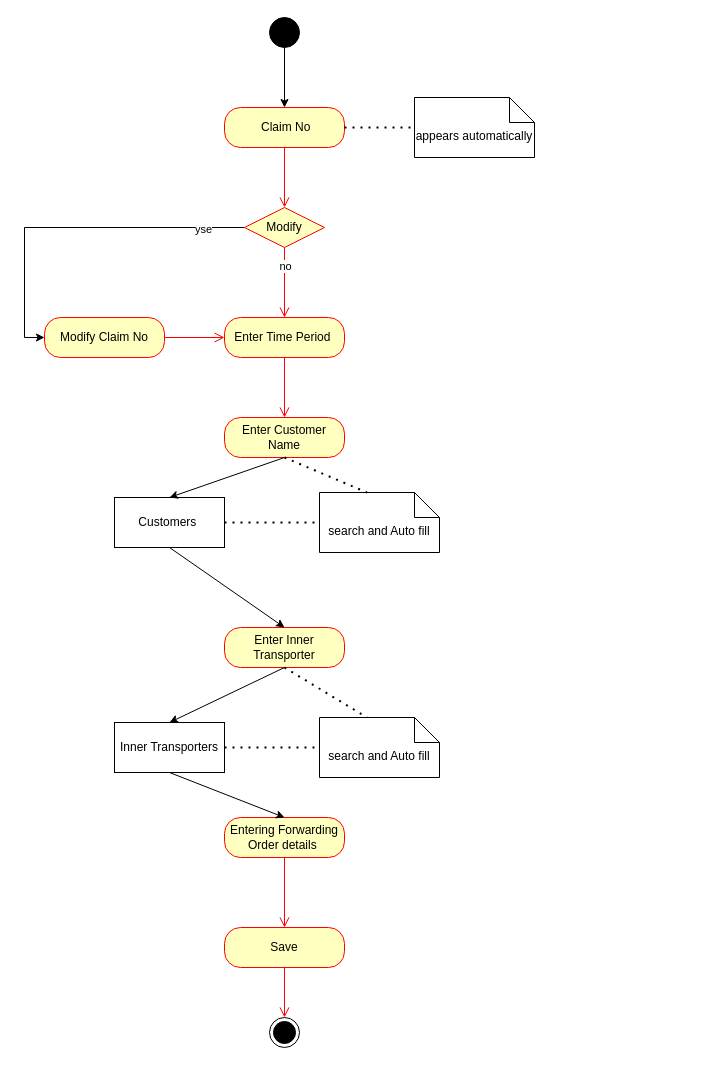
Earlier version of the draw.io diagram Activity Diagram.drawio (amrawni33/Transfer). Source tidied: cells renumbered, new cells numbered last; positions are measured from the earlier drawing's top-left corner, leaving out a move shared by most shapes. Both pictures are drawn from the tidied source at 100%, with x=0, y=0 at pixel (44, 17).
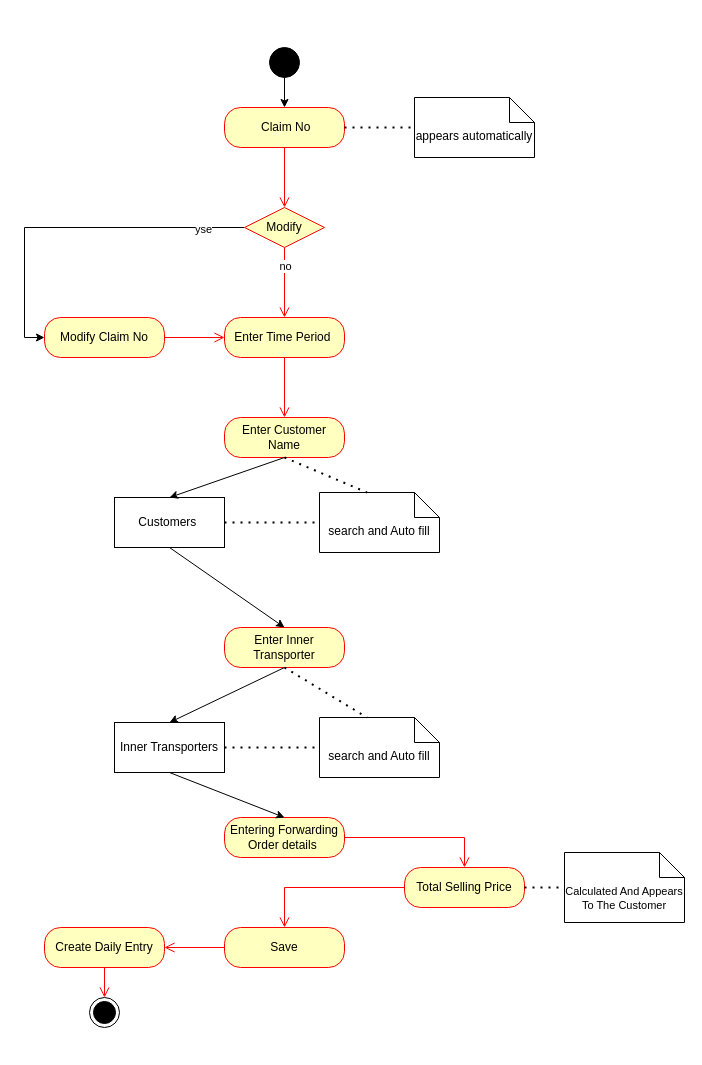
The same page after the edit.

The change refers to these unchanged cells:
```xml
<mxCell id="30" value="Entering&amp;nbsp;Forwarding Order details&amp;nbsp;" style="rounded=1;whiteSpace=wrap;html=1;arcSize=40;fontColor=#000000;fillColor=#ffffc0;strokeColor=#ff0000;" parent="1" vertex="1">
  <mxGeometry x="180" y="800" width="120" height="40" as="geometry" />
</mxCell>
<mxCell id="33" value="Save" style="rounded=1;whiteSpace=wrap;html=1;arcSize=40;fontColor=#000000;fillColor=#ffffc0;strokeColor=#ff0000;" parent="1" vertex="1">
  <mxGeometry x="180" y="910" width="120" height="40" as="geometry" />
</mxCell>
```

Diff of the diagram source:
```diff
@@
     <mxCell id="3" style="ellipse;fillColor=strokeColor;html=1;" parent="1" vertex="1">
-      <mxGeometry x="225" width="30" height="30" as="geometry" />
+      <mxGeometry x="225" y="30" width="30" height="30" as="geometry" />
     </mxCell>
@@
-    <mxCell id="31" style="edgeStyle=orthogonalEdgeStyle;html=1;verticalAlign=bottom;endArrow=open;endSize=8;strokeColor=#ff0000;rounded=0;entryX=0.5;entryY=0;entryDx=0;entryDy=0;" parent="1" edge="1" source="30" target="33">
+    <mxCell id="31" style="edgeStyle=orthogonalEdgeStyle;html=1;verticalAlign=bottom;endArrow=open;endSize=8;strokeColor=#ff0000;rounded=0;entryX=0.5;entryY=0;entryDx=0;entryDy=0;" parent="1" edge="1" source="30" target="36">
       <mxGeometry relative="1" as="geometry" />
     </mxCell>
@@
-    <mxCell id="34" style="edgeStyle=orthogonalEdgeStyle;html=1;verticalAlign=bottom;endArrow=open;endSize=8;strokeColor=#ff0000;rounded=0;" parent="1" edge="1" source="33" target="35">
+    <mxCell id="34" style="edgeStyle=orthogonalEdgeStyle;html=1;verticalAlign=bottom;endArrow=open;endSize=8;strokeColor=#ff0000;rounded=0;entryX=1;entryY=0.5;entryDx=0;entryDy=0;" parent="1" edge="1" source="33" target="40">
       <mxGeometry relative="1" as="geometry" />
     </mxCell>
     <mxCell id="35" style="ellipse;html=1;shape=endState;fillColor=strokeColor;" parent="1" vertex="1">
-      <mxGeometry x="225" y="1000" width="30" height="30" as="geometry" />
+      <mxGeometry x="45" y="980" width="30" height="30" as="geometry" />
     </mxCell>
+    <mxCell id="36" value="Total Selling Price" style="rounded=1;whiteSpace=wrap;html=1;arcSize=40;fontColor=#000000;fillColor=#ffffc0;strokeColor=#ff0000;" parent="1" vertex="1">
+      <mxGeometry x="360" y="850" width="120" height="40" as="geometry" />
+    </mxCell>
+    <mxCell id="37" style="edgeStyle=orthogonalEdgeStyle;html=1;verticalAlign=bottom;endArrow=open;endSize=8;strokeColor=#ff0000;rounded=0;" parent="1" edge="1" source="36" target="33">
+      <mxGeometry relative="1" as="geometry" />
+    </mxCell>
+    <mxCell id="38" value="&lt;font style=&quot;font-size: 11px;&quot;&gt;Calculated And Appears To The Customer&lt;/font&gt;" style="shape=note2;boundedLbl=1;whiteSpace=wrap;html=1;size=25;verticalAlign=top;align=center;" parent="1" vertex="1">
+      <mxGeometry x="520" y="835" width="120" height="70" as="geometry" />
+    </mxCell>
+    <mxCell id="39" style="endArrow=none;dashed=1;html=1;dashPattern=1 3;strokeWidth=2;rounded=0;entryX=0;entryY=0.5;entryDx=0;entryDy=0;entryPerimeter=0;exitX=1;exitY=0.5;exitDx=0;exitDy=0;" parent="1" edge="1" source="36" target="38">
+      <mxGeometry relative="1" as="geometry" />
+    </mxCell>
+    <mxCell id="40" value="Create Daily Entry" style="rounded=1;whiteSpace=wrap;html=1;arcSize=40;fontColor=#000000;fillColor=#ffffc0;strokeColor=#ff0000;" parent="1" vertex="1">
+      <mxGeometry y="910" width="120" height="40" as="geometry" />
+    </mxCell>
+    <mxCell id="41" style="edgeStyle=orthogonalEdgeStyle;html=1;verticalAlign=bottom;endArrow=open;endSize=8;strokeColor=#ff0000;rounded=0;entryX=0.5;entryY=0;entryDx=0;entryDy=0;" parent="1" edge="1" source="40" target="35">
+      <mxGeometry relative="1" as="geometry" />
+    </mxCell>
```
